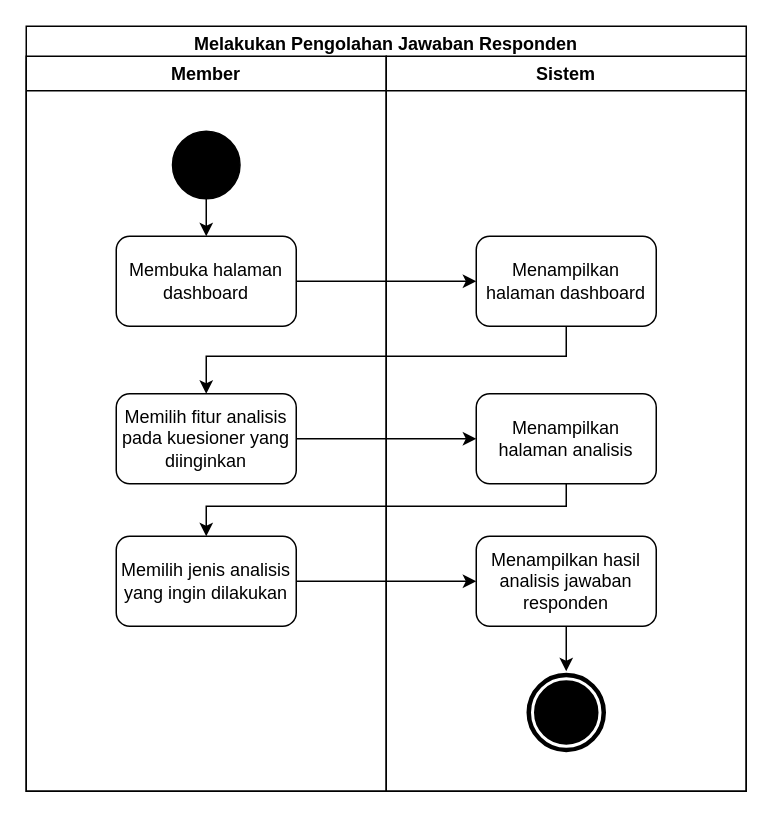
Above: Diagram/Activity Diagram/22. mengolah data responden.drawio in techie-jhs/thesis (draw.io), before the change. Source tidied: cells renumbered, new cells numbered last; positions are measured from the earlier drawing's top-left corner, leaving out a move shared by most shapes. Both pictures are drawn from the tidied source at 150%, with x=0, y=0 at pixel (26, 26).
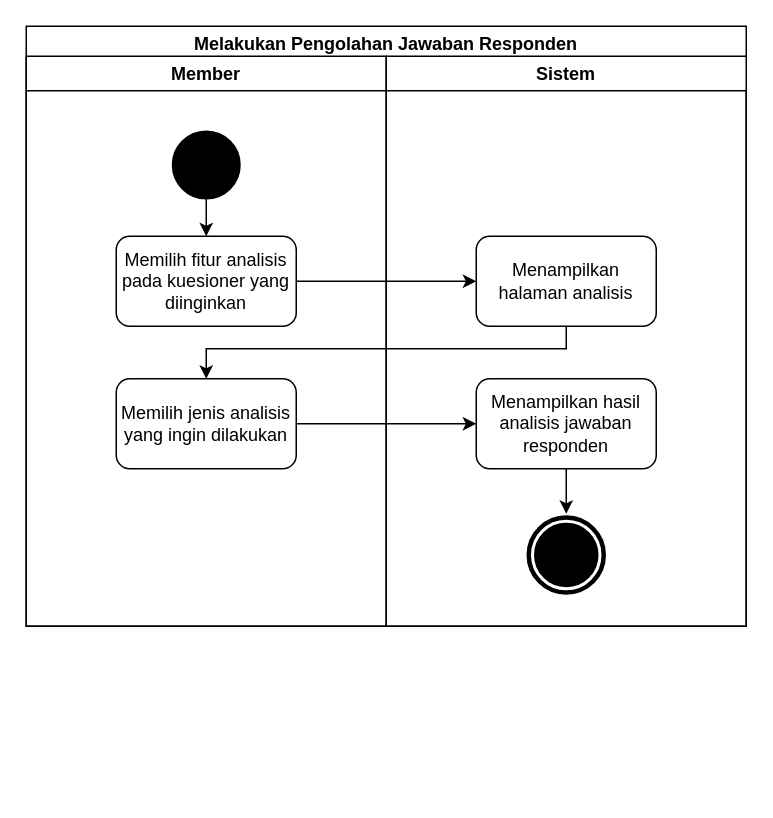
The same diagram, later.

Unchanged cells that the change refers to:
```xml
<mxCell id="5" style="ellipse;whiteSpace=wrap;html=1;fillColor=#000000;" parent="3" vertex="1">
  <mxGeometry x="97.5" y="50" width="45" height="45" as="geometry" />
</mxCell>
```

What changed in the source:
```diff
@@
     <mxCell id="2" value="Melakukan Pengolahan Jawaban Responden" style="swimlane;fillColor=none;" parent="1" vertex="1">
-      <mxGeometry width="480" height="510" as="geometry" />
+      <mxGeometry width="480" height="400" as="geometry" />
     </mxCell>
     <mxCell id="3" value="Member" style="swimlane;" parent="2" vertex="1">
-      <mxGeometry y="20" width="240" height="490" as="geometry" />
+      <mxGeometry y="20" width="240" height="380" as="geometry" />
     </mxCell>
-    <mxCell id="4" style="edgeStyle=orthogonalEdgeStyle;rounded=0;jettySize=auto;html=1;" parent="3" edge="1" source="5" target="6">
-      <mxGeometry relative="1" as="geometry" />
-    </mxCell>
+    <mxCell id="20" style="edgeStyle=orthogonalEdgeStyle;rounded=0;jettySize=auto;html=1;" parent="3" edge="1" source="5" target="7">
+      <mxGeometry relative="1" as="geometry" />
+    </mxCell>
@@
-    <mxCell id="6" value="Membuka halaman dashboard" style="rounded=1;whiteSpace=wrap;html=1;fillColor=none;" parent="3" vertex="1">
-      <mxGeometry x="60" y="120" width="120" height="60" as="geometry" />
-    </mxCell>
     <mxCell id="7" value="Memilih fitur analisis pada kuesioner yang diinginkan" style="rounded=1;whiteSpace=wrap;html=1;fillColor=none;" parent="3" vertex="1">
-      <mxGeometry x="60" y="225" width="120" height="60" as="geometry" />
+      <mxGeometry x="60" y="120" width="120" height="60" as="geometry" />
     </mxCell>
     <mxCell id="8" value="Memilih jenis analisis yang ingin dilakukan" style="rounded=1;whiteSpace=wrap;html=1;fillColor=none;" parent="3" vertex="1">
-      <mxGeometry x="60" y="320" width="120" height="60" as="geometry" />
+      <mxGeometry x="60" y="215" width="120" height="60" as="geometry" />
     </mxCell>
     <mxCell id="9" value="Sistem" style="swimlane;" parent="2" vertex="1">
-      <mxGeometry x="240" y="20" width="240" height="490" as="geometry" />
+      <mxGeometry x="240" y="20" width="240" height="380" as="geometry" />
     </mxCell>
-    <mxCell id="10" value="Menampilkan halaman dashboard" style="rounded=1;whiteSpace=wrap;html=1;fillColor=none;" parent="9" vertex="1">
-      <mxGeometry x="60" y="120" width="120" height="60" as="geometry" />
-    </mxCell>
     <mxCell id="11" value="Menampilkan halaman analisis" style="rounded=1;whiteSpace=wrap;html=1;fillColor=none;" parent="9" vertex="1">
-      <mxGeometry x="60" y="225" width="120" height="60" as="geometry" />
+      <mxGeometry x="60" y="120" width="120" height="60" as="geometry" />
     </mxCell>
     <mxCell id="12" value="Menampilkan hasil analisis jawaban responden" style="rounded=1;whiteSpace=wrap;html=1;fillColor=none;" parent="9" vertex="1">
-      <mxGeometry x="60" y="320" width="120" height="60" as="geometry" />
+      <mxGeometry x="60" y="215" width="120" height="60" as="geometry" />
     </mxCell>
-    <mxCell id="13" style="edgeStyle=orthogonalEdgeStyle;rounded=0;jettySize=auto;html=1;" parent="2" edge="1" source="6" target="10">
-      <mxGeometry relative="1" as="geometry" />
-    </mxCell>
-    <mxCell id="14" style="edgeStyle=orthogonalEdgeStyle;rounded=0;jettySize=auto;html=1;" parent="2" edge="1" source="10" target="7">
-      <mxGeometry relative="1" as="geometry">
-        <Array as="points">
-          <mxPoint x="360" y="220" />
-          <mxPoint x="120" y="220" />
-        </Array>
-      </mxGeometry>
-    </mxCell>
@@
     <mxCell id="16" style="edgeStyle=orthogonalEdgeStyle;rounded=0;jettySize=auto;html=1;" parent="2" edge="1" source="11" target="8">
       <mxGeometry relative="1" as="geometry">
         <Array as="points">
-          <mxPoint x="360" y="320" />
-          <mxPoint x="120" y="320" />
+          <mxPoint x="360" y="215" />
+          <mxPoint x="120" y="215" />
         </Array>
       </mxGeometry>
     </mxCell>
@@
     <mxCell id="18" style="ellipse;shape=doubleEllipse;whiteSpace=wrap;html=1;fillColor=#000000;strokeColor=#FFFFFF;strokeWidth=2;" parent="1" vertex="1">
-      <mxGeometry x="332.5" y="430" width="55" height="55" as="geometry" />
+      <mxGeometry x="332.5" y="325" width="55" height="55" as="geometry" />
     </mxCell>
```
